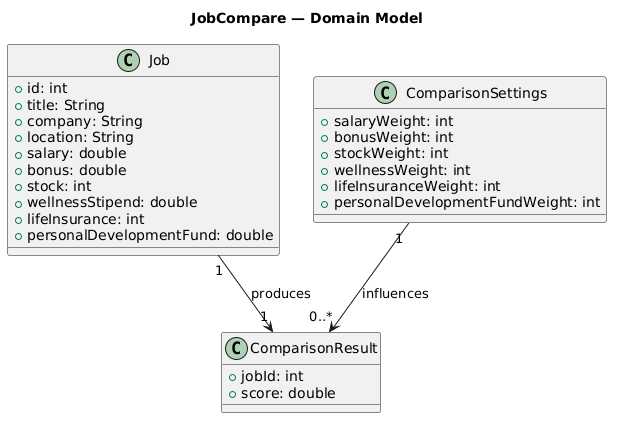
This is images/DataModel_Diagram.png from seattlefurby17/jobCompareApp, a PlantUML export, as it was before one commit.
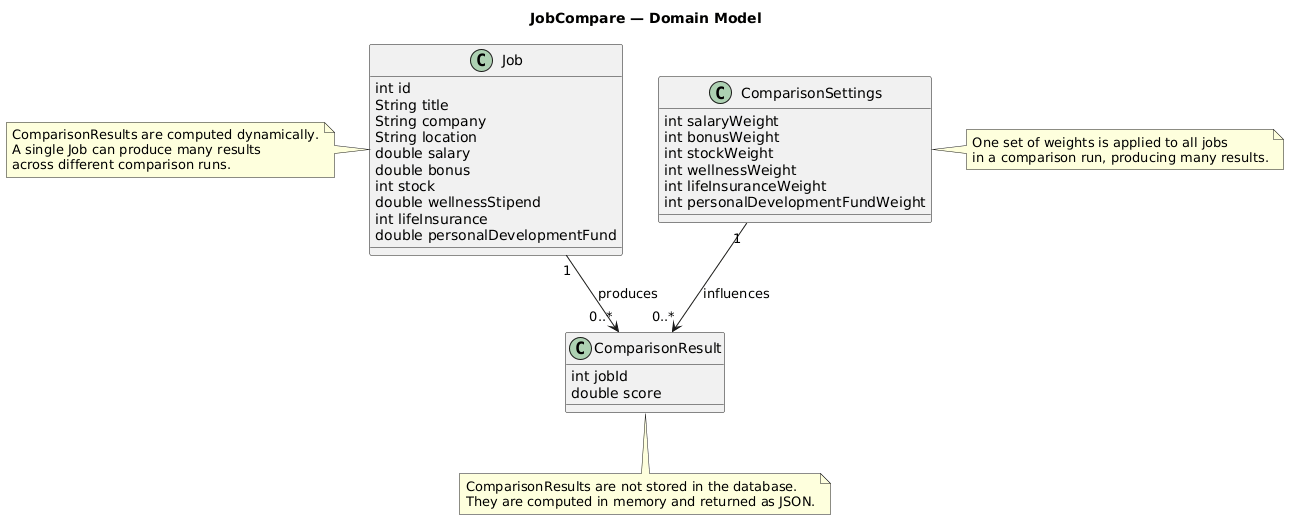
Later version of the same file.

The edit, as a diff of the source:
```diff
@@ -2,32 +2,48 @@
 title JobCompare — Domain Model
 
 class Job {
-  +id: int
-  +title: String
-  +company: String
-  +location: String
-  +salary: double
-  +bonus: double
-  +stock: int
-  +wellnessStipend: double
-  +lifeInsurance: int
-  +personalDevelopmentFund: double
+  int id
+  String title
+  String company
+  String location
+  double salary
+  double bonus
+  int stock
+  double wellnessStipend
+  int lifeInsurance
+  double personalDevelopmentFund
 }
 
 class ComparisonSettings {
-  +salaryWeight: int
-  +bonusWeight: int
-  +stockWeight: int
-  +wellnessWeight: int
-  +lifeInsuranceWeight: int
-  +personalDevelopmentFundWeight: int
+  int salaryWeight
+  int bonusWeight
+  int stockWeight
+  int wellnessWeight
+  int lifeInsuranceWeight
+  int personalDevelopmentFundWeight
 }
 
 class ComparisonResult {
-  +jobId: int
-  +score: double
+  int jobId
+  double score
 }
 
-Job "1" --> "1" ComparisonResult : produces
+Job "1" --> "0..*" ComparisonResult : produces
 ComparisonSettings "1" --> "0..*" ComparisonResult : influences
+
+note left of Job
+ComparisonResults are computed dynamically.
+A single Job can produce many results
+across different comparison runs.
+end note
+
+note right of ComparisonSettings
+One set of weights is applied to all jobs
+in a comparison run, producing many results.
+end note
+
+note bottom of ComparisonResult
+ComparisonResults are not stored in the database.
+They are computed in memory and returned as JSON.
+end note
 @enduml
```
